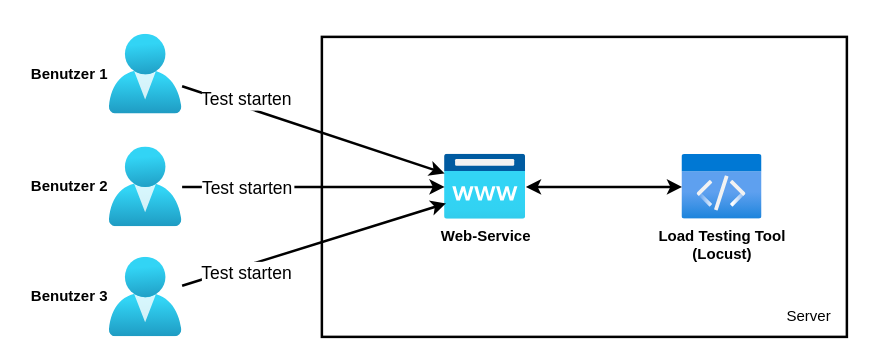
Earlier version of the draw.io diagram drawio/keineLastverteilung-crop.drawio (JadKHaddad/Openfaas-Performance-Testing-as-a-Service). Source tidied: cells renumbered, new cells numbered last; positions are measured from the earlier drawing's top-left corner, leaving out a move shared by most shapes. Both pictures are drawn from the tidied source at 125%, with x=0, y=0 at pixel (109, 34).
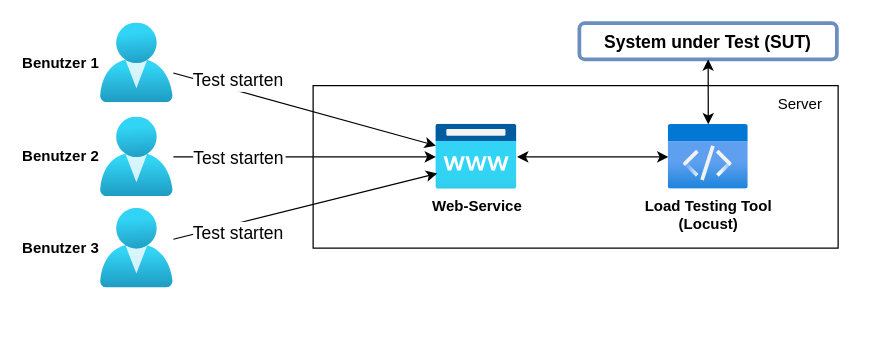
Above is the later version.

What changed in the source:
```diff
@@
 <mxGraphModel>
   <root>
     <mxCell id="0" />
     <mxCell id="1" parent="0" />
-    <mxCell id="2" style="rounded=0;whiteSpace=wrap;html=1;fillColor=none;strokeWidth=2;" parent="1" vertex="1">
-      <mxGeometry x="170" y="2" width="420" height="240" as="geometry" />
+    <mxCell id="2" style="rounded=0;whiteSpace=wrap;html=1;fillColor=none;strokeWidth=1;" parent="1" vertex="1">
+      <mxGeometry x="163" y="41" width="420" height="130" as="geometry" />
     </mxCell>
     <mxCell id="3" value="Benutzer 1" style="html=1;points=[];align=right;image;fontSize=12;image=img/lib/azure2/identity/Users.svg;fontStyle=1;labelPosition=left;verticalLabelPosition=middle;verticalAlign=middle;" parent="1" vertex="1">
-      <mxGeometry width="58.2" height="63.7" as="geometry" />
+      <mxGeometry x="-7" y="-9" width="58.2" height="63.7" as="geometry" />
     </mxCell>
     <mxCell id="4" value="Web-Service" style="html=1;points=[];align=center;image;fontSize=12;image=img/lib/azure2/app_services/App_Service_Domains.svg;fontStyle=1;" parent="1" vertex="1">
-      <mxGeometry x="268.2" y="96" width="65" height="52" as="geometry" />
+      <mxGeometry x="261.2" y="72" width="65" height="52" as="geometry" />
     </mxCell>
-    <mxCell id="5" style="endArrow=classic;startArrow=classic;html=1;rounded=0;fontSize=14;strokeWidth=2;" parent="1" edge="1" source="4" target="6">
+    <mxCell id="5" style="endArrow=classic;startArrow=classic;html=1;rounded=0;fontSize=14;strokeWidth=1;" parent="1" edge="1" source="4" target="6">
       <mxGeometry relative="1" as="geometry" />
     </mxCell>
     <mxCell id="6" value="Load Testing Tool&lt;br&gt;(Locust)" style="html=1;points=[];align=center;image;fontSize=12;image=img/lib/azure2/general/Code.svg;fontStyle=1;labelBackgroundColor=#FFFFFF;labelBorderColor=none;fontColor=default;" parent="1" vertex="1">
-      <mxGeometry x="458.2" y="96" width="64" height="52" as="geometry" />
+      <mxGeometry x="447.2" y="72" width="64" height="52" as="geometry" />
     </mxCell>
-    <mxCell id="7" style="endArrow=classic;html=1;rounded=0;fontSize=14;fontColor=default;strokeWidth=2;" parent="1" edge="1" source="3" target="4">
+    <mxCell id="7" style="endArrow=classic;html=1;rounded=0;fontSize=14;fontColor=default;strokeWidth=1;" parent="1" edge="1" source="3" target="4">
       <mxGeometry relative="1" as="geometry" />
     </mxCell>
     <mxCell id="8" value="Test starten" style="edgeLabel;align=center;verticalAlign=middle;fontSize=14;fontColor=default;labelBorderColor=none;labelBackgroundColor=default;" parent="7" vertex="1">
       <mxGeometry x="-0.23" y="-1" relative="1" as="geometry">
         <mxPoint x="-29" y="-19" as="offset" />
       </mxGeometry>
     </mxCell>
     <mxCell id="9" value="Server&amp;nbsp;" style="text;html=1;strokeColor=none;fillColor=none;align=center;verticalAlign=middle;whiteSpace=wrap;rounded=0;" parent="1" vertex="1">
-      <mxGeometry x="534" y="211" width="55" height="30" as="geometry" />
+      <mxGeometry x="527" y="41" width="55" height="30" as="geometry" />
     </mxCell>
     <mxCell id="10" value="Benutzer 2" style="html=1;points=[];align=right;image;fontSize=12;image=img/lib/azure2/identity/Users.svg;fontStyle=1;labelPosition=left;verticalLabelPosition=middle;verticalAlign=middle;" parent="1" vertex="1">
-      <mxGeometry y="90.2" width="58.2" height="63.7" as="geometry" />
+      <mxGeometry x="-7" y="66.2" width="58.2" height="63.7" as="geometry" />
     </mxCell>
     <mxCell id="11" value="Benutzer 3" style="html=1;points=[];align=right;image;fontSize=12;image=img/lib/azure2/identity/Users.svg;fontStyle=1;labelPosition=left;verticalLabelPosition=middle;verticalAlign=middle;" parent="1" vertex="1">
-      <mxGeometry y="178.3" width="58.2" height="63.7" as="geometry" />
+      <mxGeometry x="-7" y="139.3" width="58.2" height="63.7" as="geometry" />
     </mxCell>
-    <mxCell id="12" style="endArrow=classic;html=1;rounded=0;fontSize=14;fontColor=default;strokeWidth=2;" parent="1" edge="1" source="10" target="4">
+    <mxCell id="12" style="endArrow=classic;html=1;rounded=0;fontSize=14;fontColor=default;strokeWidth=1;" parent="1" edge="1" source="10" target="4">
       <mxGeometry relative="1" as="geometry" />
     </mxCell>
     <mxCell id="13" value="Test starten" style="edgeLabel;align=center;verticalAlign=middle;fontSize=14;fontColor=default;labelBorderColor=none;labelBackgroundColor=default;" parent="12" vertex="1">
       <mxGeometry x="-0.23" y="-1" relative="1" as="geometry">
         <mxPoint x="-29" y="-1" as="offset" />
       </mxGeometry>
     </mxCell>
-    <mxCell id="14" style="endArrow=classic;html=1;rounded=0;fontSize=14;fontColor=default;strokeWidth=2;entryX=0.017;entryY=0.754;entryDx=0;entryDy=0;entryPerimeter=0;" parent="1" edge="1" source="11" target="4">
+    <mxCell id="14" style="endArrow=classic;html=1;rounded=0;fontSize=14;fontColor=default;strokeWidth=1;entryX=0.017;entryY=0.754;entryDx=0;entryDy=0;entryPerimeter=0;" parent="1" edge="1" source="11" target="4">
       <mxGeometry relative="1" as="geometry" />
     </mxCell>
     <mxCell id="15" value="Test starten" style="edgeLabel;align=center;verticalAlign=middle;fontSize=14;fontColor=default;labelBorderColor=none;labelBackgroundColor=default;" parent="14" vertex="1">
       <mxGeometry x="-0.23" y="-1" relative="1" as="geometry">
         <mxPoint x="-30" y="13" as="offset" />
       </mxGeometry>
     </mxCell>
+    <mxCell id="16" value="System under Test (SUT)" style="rounded=1;whiteSpace=wrap;html=1;strokeColor=#6C8EBF;strokeWidth=3;fillColor=none;fontSize=14;fontStyle=1;" parent="1" vertex="1">
+      <mxGeometry x="376" y="-9" width="206" height="29" as="geometry" />
+    </mxCell>
+    <mxCell id="17" style="endArrow=classic;startArrow=classic;html=1;rounded=0;fontSize=14;strokeWidth=1;entryX=0.5;entryY=1;entryDx=0;entryDy=0;" parent="1" edge="1" source="6" target="16">
+      <mxGeometry relative="1" as="geometry" />
+    </mxCell>
   </root>
 </mxGraphModel>
```
